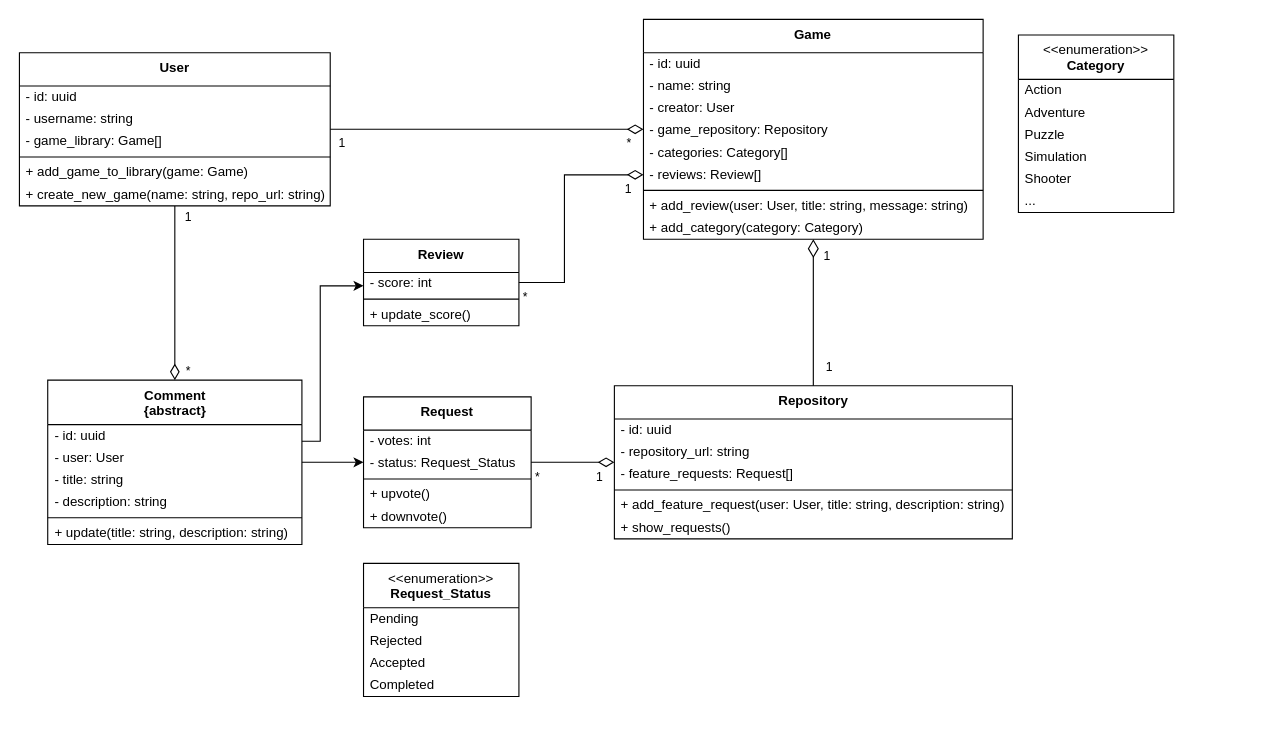
Hoglar/tsd2080-oblig1 keeps this draw.io diagram as model/Ole/class.drawio. Above is the earlier version. Source tidied: cells renumbered, new cells numbered last; positions are measured from the earlier drawing's top-left corner, leaving out a move shared by most shapes. Both pictures are drawn from the tidied source at 111%, with x=0, y=0 at pixel (19, 19).
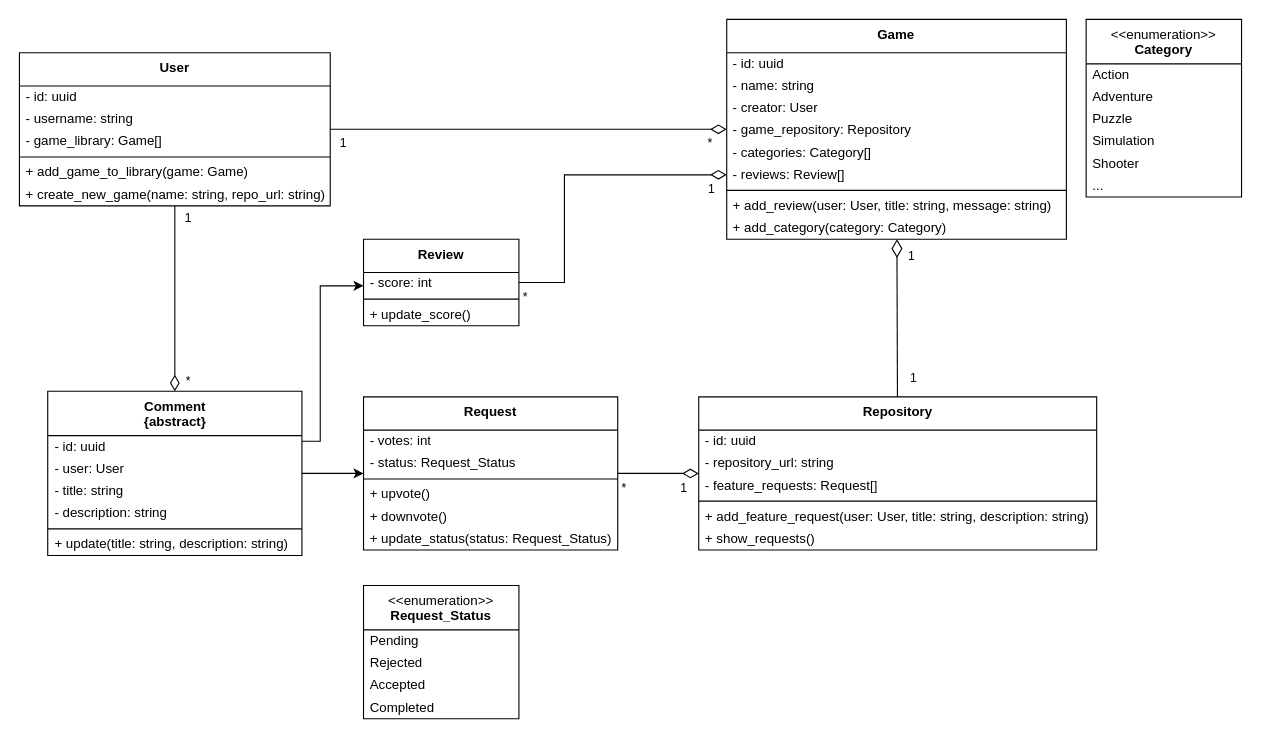
The same page after the edit.

Commit message:
added update status to request class

What changed in the source:
```diff
@@
     <mxCell id="9" value="&lt;b&gt;Game&lt;/b&gt;" style="swimlane;fontStyle=0;align=center;verticalAlign=top;horizontal=1;startSize=30;html=1;whiteSpace=wrap;" parent="1" vertex="1">
-      <mxGeometry x="562.2" width="306" height="198" as="geometry" />
+      <mxGeometry x="637.2" width="306" height="198" as="geometry" />
     </mxCell>
@@
     <mxCell id="25" value="&lt;b&gt;Comment&lt;/b&gt;&lt;div&gt;&lt;b&gt;&lt;span style=&quot;color: light-dark(rgb(0, 0, 0), rgb(255, 255, 255));&quot;&gt;{abstract}&lt;/span&gt;&lt;/b&gt;&lt;/div&gt;" style="swimlane;fontStyle=0;align=center;verticalAlign=top;horizontal=1;startSize=40;html=1;whiteSpace=wrap;" parent="1" vertex="1">
-      <mxGeometry x="25.5" y="325" width="229" height="148" as="geometry" />
+      <mxGeometry x="25.5" y="335" width="229" height="148" as="geometry" />
     </mxCell>
@@
     <mxCell id="32" value="&lt;b&gt;Repository&lt;/b&gt;&lt;div&gt;&lt;b&gt;&lt;br&gt;&lt;/b&gt;&lt;/div&gt;" style="swimlane;fontStyle=0;align=center;verticalAlign=top;horizontal=1;startSize=30;html=1;whiteSpace=wrap;" parent="1" vertex="1">
-      <mxGeometry x="536" y="330" width="358.5" height="138" as="geometry" />
+      <mxGeometry x="612" y="340" width="358.5" height="138" as="geometry" />
     </mxCell>
@@
     <mxCell id="39" value="&amp;lt;&amp;lt;enumeration&amp;gt;&amp;gt;&lt;br&gt;&lt;b&gt;Category&lt;/b&gt;" style="swimlane;fontStyle=0;align=center;verticalAlign=top;horizontal=1;startSize=40;html=1;whiteSpace=wrap;" parent="1" vertex="1">
-      <mxGeometry x="900" y="14" width="140" height="160" as="geometry" />
+      <mxGeometry x="961" width="140" height="160" as="geometry" />
     </mxCell>
@@
     <mxCell id="46" value="&lt;b&gt;Request&lt;/b&gt;" style="swimlane;fontStyle=0;align=center;verticalAlign=top;horizontal=1;startSize=30;html=1;whiteSpace=wrap;" parent="1" vertex="1">
-      <mxGeometry x="310" y="340" width="151" height="118" as="geometry" />
+      <mxGeometry x="310" y="340" width="229" height="138" as="geometry" />
     </mxCell>
     <mxCell id="47" value="- votes: int" style="text;html=1;strokeColor=none;fillColor=none;align=left;verticalAlign=middle;spacingLeft=4;spacingRight=4;overflow=hidden;whiteSpace=wrap;" parent="46" vertex="1">
-      <mxGeometry y="30" width="151" height="20" as="geometry" />
+      <mxGeometry y="30" width="229" height="20" as="geometry" />
     </mxCell>
     <mxCell id="48" value="- status: Request_Status" style="text;html=1;strokeColor=none;fillColor=none;align=left;verticalAlign=middle;spacingLeft=4;spacingRight=4;overflow=hidden;whiteSpace=wrap;" parent="46" vertex="1">
-      <mxGeometry y="50" width="151" height="20" as="geometry" />
+      <mxGeometry y="50" width="229" height="20" as="geometry" />
     </mxCell>
     <mxCell id="49" style="line;strokeWidth=1;fillColor=none;align=left;verticalAlign=middle;spacingTop=-1;spacingLeft=3;spacingRight=3;labelPosition=right;" parent="46" vertex="1">
-      <mxGeometry y="70" width="151" height="8" as="geometry" />
+      <mxGeometry y="70" width="229" height="8" as="geometry" />
     </mxCell>
     <mxCell id="50" value="+ upvote()" style="text;html=1;strokeColor=none;fillColor=none;align=left;verticalAlign=middle;spacingLeft=4;spacingRight=4;overflow=hidden;whiteSpace=wrap;" parent="46" vertex="1">
-      <mxGeometry y="78" width="151" height="20" as="geometry" />
+      <mxGeometry y="78" width="229" height="20" as="geometry" />
     </mxCell>
     <mxCell id="51" value="+ downvote()" style="text;html=1;strokeColor=none;fillColor=none;align=left;verticalAlign=middle;spacingLeft=4;spacingRight=4;overflow=hidden;whiteSpace=wrap;" parent="46" vertex="1">
-      <mxGeometry y="98" width="151" height="20" as="geometry" />
+      <mxGeometry y="98" width="229" height="20" as="geometry" />
     </mxCell>
+    <mxCell id="71" value="+ update_status(status: Request_Status)" style="text;html=1;strokeColor=none;fillColor=none;align=left;verticalAlign=middle;spacingLeft=4;spacingRight=4;overflow=hidden;whiteSpace=wrap;" parent="46" vertex="1">
+      <mxGeometry y="118" width="229" height="20" as="geometry" />
+    </mxCell>
@@
     <mxCell id="61" value="&amp;lt;&amp;lt;enumeration&amp;gt;&amp;gt;&lt;br&gt;&lt;b&gt;Request_Status&lt;/b&gt;" style="swimlane;fontStyle=0;align=center;verticalAlign=top;horizontal=1;startSize=40;html=1;whiteSpace=wrap;" parent="1" vertex="1">
-      <mxGeometry x="310" y="490" width="140" height="120" as="geometry" />
+      <mxGeometry x="310" y="510" width="140" height="120" as="geometry" />
     </mxCell>
```
